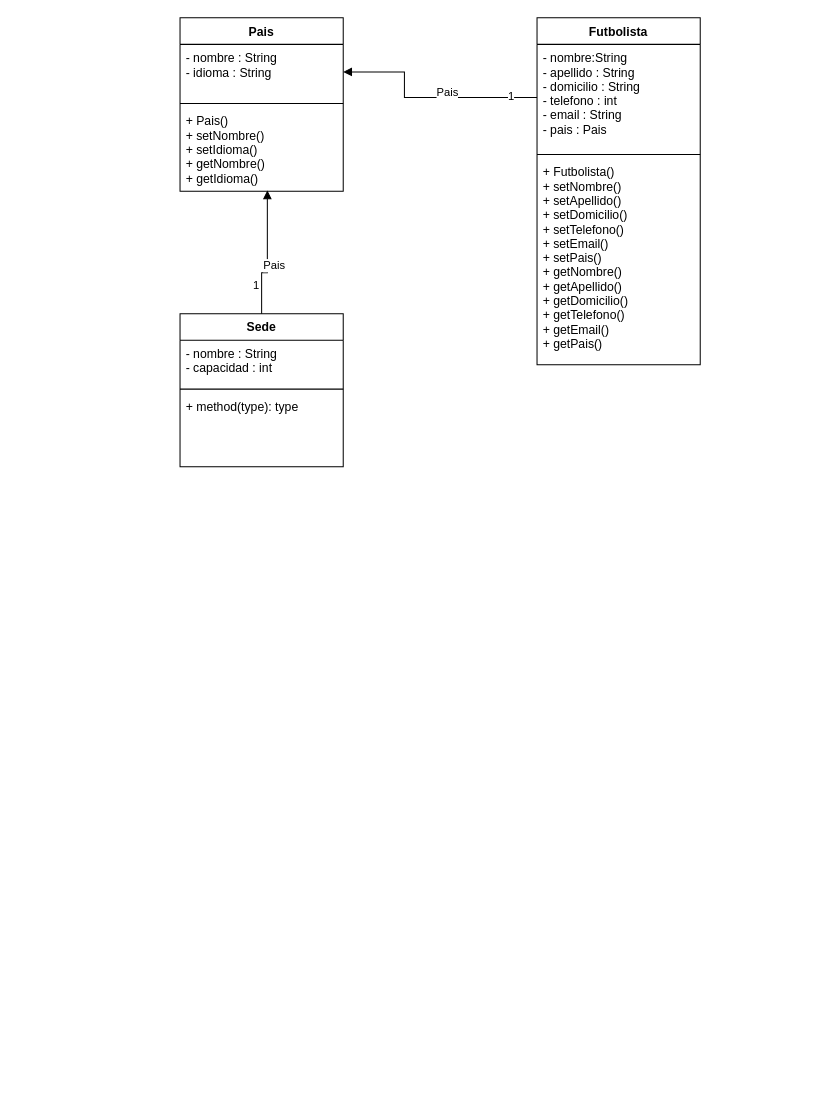
This is uml.drawio from sebastian-butcovich/Base-de-datos-tl2, a draw.io file, before an edit. Source tidied: cells renumbered, new cells numbered last; positions are measured from the earlier drawing's top-left corner, leaving out a move shared by most shapes. Both pictures are drawn from the tidied source at 102%, with x=0, y=0 at pixel (180, 17).
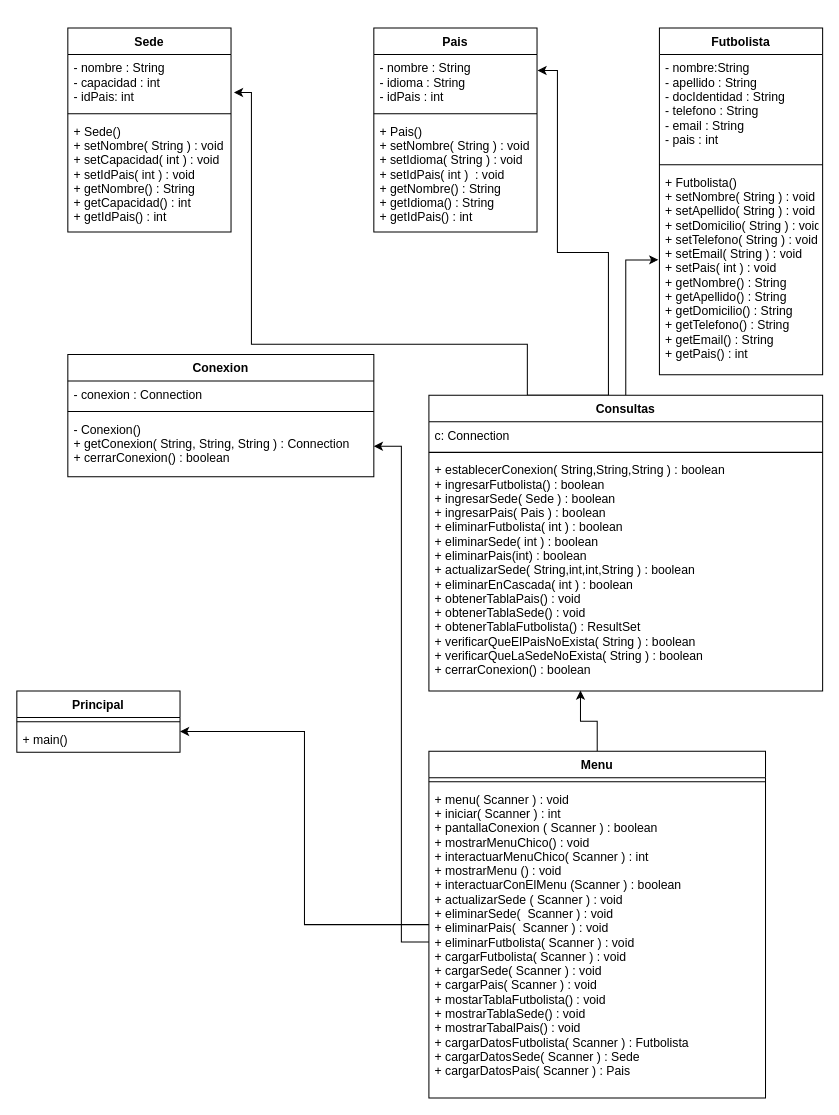
The same diagram, later.

Commit message (it also covers changes not shown here):
complete el uml

Change to the diagram source:
```diff
@@
     <mxCell id="2" value="Pais" style="swimlane;fontStyle=1;align=center;verticalAlign=top;horizontal=1;startSize=26;" parent="1" vertex="1">
-      <mxGeometry width="160" height="170" as="geometry" />
+      <mxGeometry x="190" y="10" width="160" height="200" as="geometry" />
     </mxCell>
-    <mxCell id="3" value="- nombre : String&#10;- idioma : String" style="text;strokeColor=none;fillColor=none;align=left;verticalAlign=top;spacingLeft=4;spacingRight=4;overflow=hidden;points=[[0,0.5],[1,0.5]];portConstraint=eastwest;" parent="2" vertex="1">
+    <mxCell id="3" value="- nombre : String&#10;- idioma : String&#10;- idPais : int" style="text;strokeColor=none;fillColor=none;align=left;verticalAlign=top;spacingLeft=4;spacingRight=4;overflow=hidden;points=[[0,0.5],[1,0.5]];portConstraint=eastwest;" parent="2" vertex="1">
       <mxGeometry y="26" width="160" height="54" as="geometry" />
     </mxCell>
@@
-    <mxCell id="5" value="+ Pais()&#10;+ setNombre()&#10;+ setIdioma()&#10;+ getNombre()&#10;+ getIdioma()" style="text;strokeColor=none;fillColor=none;align=left;verticalAlign=top;spacingLeft=4;spacingRight=4;overflow=hidden;points=[[0,0.5],[1,0.5]];portConstraint=eastwest;" parent="2" vertex="1">
-      <mxGeometry y="88" width="160" height="82" as="geometry" />
+    <mxCell id="5" value="+ Pais()&#10;+ setNombre( String ) : void&#10;+ setIdioma( String ) : void&#10;+ setIdPais( int )  : void&#10;+ getNombre() : String&#10;+ getIdioma() : String&#10;+ getIdPais() : int" style="text;strokeColor=none;fillColor=none;align=left;verticalAlign=top;spacingLeft=4;spacingRight=4;overflow=hidden;points=[[0,0.5],[1,0.5]];portConstraint=eastwest;" parent="2" vertex="1">
+      <mxGeometry y="88" width="160" height="112" as="geometry" />
     </mxCell>
     <mxCell id="6" value="Futbolista" style="swimlane;fontStyle=1;align=center;verticalAlign=top;horizontal=1;startSize=26;" parent="1" vertex="1">
-      <mxGeometry x="350" width="160" height="340" as="geometry" />
+      <mxGeometry x="470" y="10" width="160" height="340" as="geometry" />
     </mxCell>
-    <mxCell id="7" value="- nombre:String&#10;- apellido : String&#10;- domicilio : String&#10;- telefono : int&#10;- email : String&#10;- pais : Pais" style="text;strokeColor=none;fillColor=none;align=left;verticalAlign=top;spacingLeft=4;spacingRight=4;overflow=hidden;points=[[0,0.5],[1,0.5]];portConstraint=eastwest;" parent="6" vertex="1">
+    <mxCell id="7" value="- nombre:String&#10;- apellido : String&#10;- docIdentidad : String&#10;- telefono : String&#10;- email : String&#10;- pais : int" style="text;strokeColor=none;fillColor=none;align=left;verticalAlign=top;spacingLeft=4;spacingRight=4;overflow=hidden;points=[[0,0.5],[1,0.5]];portConstraint=eastwest;" parent="6" vertex="1">
       <mxGeometry y="26" width="160" height="104" as="geometry" />
     </mxCell>
@@
-    <mxCell id="9" value="+ Futbolista()&#10;+ setNombre()&#10;+ setApellido()&#10;+ setDomicilio()&#10;+ setTelefono()&#10;+ setEmail()&#10;+ setPais()&#10;+ getNombre()&#10;+ getApellido()&#10;+ getDomicilio()&#10;+ getTelefono()&#10;+ getEmail()&#10;+ getPais()" style="text;strokeColor=none;fillColor=none;align=left;verticalAlign=top;spacingLeft=4;spacingRight=4;overflow=hidden;points=[[0,0.5],[1,0.5]];portConstraint=eastwest;" parent="6" vertex="1">
+    <mxCell id="9" value="+ Futbolista()&#10;+ setNombre( String ) : void&#10;+ setApellido( String ) : void&#10;+ setDomicilio( String ) : void&#10;+ setTelefono( String ) : void&#10;+ setEmail( String ) : void&#10;+ setPais( int ) : void &#10;+ getNombre() : String&#10;+ getApellido() : String&#10;+ getDomicilio() : String&#10;+ getTelefono() : String&#10;+ getEmail() : String &#10;+ getPais() : int" style="text;strokeColor=none;fillColor=none;align=left;verticalAlign=top;spacingLeft=4;spacingRight=4;overflow=hidden;points=[[0,0.5],[1,0.5]];portConstraint=eastwest;" parent="6" vertex="1">
       <mxGeometry y="138" width="160" height="202" as="geometry" />
     </mxCell>
     <mxCell id="10" value="Sede" style="swimlane;fontStyle=1;align=center;verticalAlign=top;horizontal=1;startSize=26;" parent="1" vertex="1">
-      <mxGeometry y="290" width="160" height="150" as="geometry" />
+      <mxGeometry x="-110" y="10" width="160" height="200" as="geometry" />
     </mxCell>
-    <mxCell id="11" value="- nombre : String&#10;- capacidad : int&#10;" style="text;strokeColor=none;fillColor=none;align=left;verticalAlign=top;spacingLeft=4;spacingRight=4;overflow=hidden;points=[[0,0.5],[1,0.5]];portConstraint=eastwest;" parent="10" vertex="1">
-      <mxGeometry y="26" width="160" height="44" as="geometry" />
+    <mxCell id="11" value="- nombre : String&#10;- capacidad : int&#10;- idPais: int" style="text;strokeColor=none;fillColor=none;align=left;verticalAlign=top;spacingLeft=4;spacingRight=4;overflow=hidden;points=[[0,0.5],[1,0.5]];portConstraint=eastwest;" parent="10" vertex="1">
+      <mxGeometry y="26" width="160" height="54" as="geometry" />
     </mxCell>
     <mxCell id="12" style="line;strokeWidth=1;fillColor=none;align=left;verticalAlign=middle;spacingTop=-1;spacingLeft=3;spacingRight=3;labelPosition=right;strokeColor=inherit;" parent="10" vertex="1">
-      <mxGeometry y="70" width="160" height="8" as="geometry" />
+      <mxGeometry y="80" width="160" height="8" as="geometry" />
     </mxCell>
-    <mxCell id="13" value="+ method(type): type" style="text;strokeColor=none;fillColor=none;align=left;verticalAlign=top;spacingLeft=4;spacingRight=4;overflow=hidden;" parent="10" vertex="1">
-      <mxGeometry y="78" width="160" height="72" as="geometry" />
+    <mxCell id="13" value="+ Sede()&#10;+ setNombre( String ) : void&#10;+ setCapacidad( int ) : void&#10;+ setIdPais( int ) : void&#10;+ getNombre() : String&#10;+ getCapacidad() : int&#10;+ getIdPais() : int" style="text;strokeColor=none;fillColor=none;align=left;verticalAlign=top;spacingLeft=4;spacingRight=4;overflow=hidden;" parent="10" vertex="1">
+      <mxGeometry y="88" width="160" height="112" as="geometry" />
     </mxCell>
-    <mxCell id="14" value="Pais" style="endArrow=block;endFill=1;html=1;edgeStyle=orthogonalEdgeStyle;align=left;verticalAlign=top;rounded=0;exitX=0.5;exitY=0;exitDx=0;exitDy=0;entryX=0.535;entryY=0.99;entryDx=0;entryDy=0;entryPerimeter=0;" parent="1" edge="1" source="10" target="5">
-      <mxGeometry x="0.04" y="6" relative="1" as="geometry">
-        <Array as="points">
-          <mxPoint x="80" y="250" />
-          <mxPoint x="86" y="250" />
-        </Array>
-      </mxGeometry>
-    </mxCell>
-    <mxCell id="15" value="1" style="edgeLabel;html=1;align=left;verticalAlign=bottom;" parent="14" vertex="1">
-      <mxGeometry x="-1" relative="1" as="geometry">
-        <mxPoint x="-10" y="-20" as="offset" />
-      </mxGeometry>
-    </mxCell>
-    <mxCell id="16" value="Pais" style="endArrow=block;endFill=1;html=1;edgeStyle=orthogonalEdgeStyle;align=left;verticalAlign=top;rounded=0;exitX=0;exitY=0.5;exitDx=0;exitDy=0;entryX=1;entryY=0.5;entryDx=0;entryDy=0;" parent="1" edge="1" source="7" target="3">
-      <mxGeometry x="-0.07" y="-18" relative="1" as="geometry">
-        <Array as="points">
-          <mxPoint x="220" y="78" />
-          <mxPoint x="220" y="53" />
-        </Array>
-      </mxGeometry>
-    </mxCell>
-    <mxCell id="17" value="1" style="edgeLabel;html=1;align=left;verticalAlign=bottom;" parent="16" vertex="1">
-      <mxGeometry x="-1" relative="1" as="geometry">
-        <mxPoint x="-30" y="7" as="offset" />
-      </mxGeometry>
-    </mxCell>
+    <mxCell id="18" value="Conexion" style="swimlane;fontStyle=1;align=center;verticalAlign=top;horizontal=1;startSize=26;" parent="1" vertex="1">
+      <mxGeometry x="-110" y="330" width="300" height="120" as="geometry" />
+    </mxCell>
+    <mxCell id="19" value="- conexion : Connection" style="text;strokeColor=none;fillColor=none;align=left;verticalAlign=top;spacingLeft=4;spacingRight=4;overflow=hidden;" parent="18" vertex="1">
+      <mxGeometry y="26" width="300" height="26" as="geometry" />
+    </mxCell>
+    <mxCell id="20" style="line;strokeWidth=1;fillColor=none;align=left;verticalAlign=middle;spacingTop=-1;spacingLeft=3;spacingRight=3;labelPosition=right;strokeColor=inherit;" parent="18" vertex="1">
+      <mxGeometry y="52" width="300" height="8" as="geometry" />
+    </mxCell>
+    <mxCell id="21" value="- Conexion()&#10;+ getConexion( String, String, String ) : Connection&#10;+ cerrarConexion() : boolean&#10;" style="text;strokeColor=none;fillColor=none;align=left;verticalAlign=top;spacingLeft=4;spacingRight=4;overflow=hidden;points=[[0,0.5],[1,0.5]];portConstraint=eastwest;" parent="18" vertex="1">
+      <mxGeometry y="60" width="300" height="60" as="geometry" />
+    </mxCell>
+    <mxCell id="22" style="edgeStyle=orthogonalEdgeStyle;rounded=0;jettySize=auto;html=1;exitX=0.5;exitY=0;exitDx=0;exitDy=0;entryX=-0.007;entryY=0.442;entryDx=0;entryDy=0;entryPerimeter=0;" parent="1" edge="1" source="25" target="9">
+      <mxGeometry relative="1" as="geometry" />
+    </mxCell>
+    <mxCell id="23" style="edgeStyle=orthogonalEdgeStyle;rounded=0;jettySize=auto;html=1;exitX=0.25;exitY=0;exitDx=0;exitDy=0;entryX=1.003;entryY=0.289;entryDx=0;entryDy=0;entryPerimeter=0;" parent="1" edge="1" source="25" target="3">
+      <mxGeometry relative="1" as="geometry">
+        <Array as="points">
+          <mxPoint x="420" y="370" />
+          <mxPoint x="420" y="230" />
+          <mxPoint x="370" y="230" />
+          <mxPoint x="370" y="52" />
+        </Array>
+      </mxGeometry>
+    </mxCell>
+    <mxCell id="24" style="edgeStyle=orthogonalEdgeStyle;rounded=0;jettySize=auto;html=1;entryX=1.018;entryY=0.689;entryDx=0;entryDy=0;entryPerimeter=0;exitX=0.25;exitY=0;exitDx=0;exitDy=0;" parent="1" edge="1" source="25" target="11">
+      <mxGeometry relative="1" as="geometry">
+        <Array as="points">
+          <mxPoint x="341" y="320" />
+          <mxPoint x="70" y="320" />
+          <mxPoint x="70" y="73" />
+        </Array>
+      </mxGeometry>
+    </mxCell>
+    <mxCell id="25" value="Consultas" style="swimlane;fontStyle=1;align=center;verticalAlign=top;horizontal=1;startSize=26;" parent="1" vertex="1">
+      <mxGeometry x="244" y="370" width="386" height="290" as="geometry" />
+    </mxCell>
+    <mxCell id="26" value="c: Connection" style="text;strokeColor=none;fillColor=none;align=left;verticalAlign=top;spacingLeft=4;spacingRight=4;overflow=hidden;" parent="25" vertex="1">
+      <mxGeometry y="26" width="386" height="26" as="geometry" />
+    </mxCell>
+    <mxCell id="27" style="line;strokeWidth=1;fillColor=none;align=left;verticalAlign=middle;spacingTop=-1;spacingLeft=3;spacingRight=3;labelPosition=right;strokeColor=inherit;" parent="25" vertex="1">
+      <mxGeometry y="52" width="386" height="8" as="geometry" />
+    </mxCell>
+    <mxCell id="28" value="+ establecerConexion( String,String,String ) : boolean&#10;+ ingresarFutbolista() : boolean&#10;+ ingresarSede( Sede ) : boolean&#10;+ ingresarPais( Pais ) : boolean&#10;+ eliminarFutbolista( int ) : boolean&#10;+ eliminarSede( int ) : boolean&#10;+ eliminarPais(int) : boolean&#10;+ actualizarSede( String,int,int,String ) : boolean&#10;+ eliminarEnCascada( int ) : boolean &#10;+ obtenerTablaPais() : void&#10;+ obtenerTablaSede() : void&#10;+ obtenerTablaFutbolista() : ResultSet&#10;+ verificarQueElPaisNoExista( String ) : boolean&#10;+ verificarQueLaSedeNoExista( String ) : boolean&#10;+ cerrarConexion() : boolean" style="text;strokeColor=none;fillColor=none;align=left;verticalAlign=top;spacingLeft=4;spacingRight=4;overflow=hidden;points=[[0,0.5],[1,0.5]];portConstraint=eastwest;" parent="25" vertex="1">
+      <mxGeometry y="60" width="386" height="230" as="geometry" />
+    </mxCell>
+    <mxCell id="29" value="Principal" style="swimlane;fontStyle=1;align=center;verticalAlign=top;horizontal=1;startSize=26;" parent="1" vertex="1">
+      <mxGeometry x="-160" y="660" width="160" height="60" as="geometry" />
+    </mxCell>
+    <mxCell id="30" style="line;strokeWidth=1;fillColor=none;align=left;verticalAlign=middle;spacingTop=-1;spacingLeft=3;spacingRight=3;labelPosition=right;strokeColor=inherit;" parent="29" vertex="1">
+      <mxGeometry y="26" width="160" height="8" as="geometry" />
+    </mxCell>
+    <mxCell id="31" value="+ main()" style="text;strokeColor=none;fillColor=none;align=left;verticalAlign=top;spacingLeft=4;spacingRight=4;overflow=hidden;points=[[0,0.5],[1,0.5]];portConstraint=eastwest;" parent="29" vertex="1">
+      <mxGeometry y="34" width="160" height="26" as="geometry" />
+    </mxCell>
+    <mxCell id="32" style="edgeStyle=orthogonalEdgeStyle;rounded=0;jettySize=auto;html=1;entryX=1;entryY=0.215;entryDx=0;entryDy=0;entryPerimeter=0;" parent="1" edge="1" source="34" target="31">
+      <mxGeometry relative="1" as="geometry" />
+    </mxCell>
+    <mxCell id="33" style="edgeStyle=orthogonalEdgeStyle;rounded=0;jettySize=auto;html=1;entryX=0.385;entryY=0.998;entryDx=0;entryDy=0;entryPerimeter=0;" parent="1" edge="1" source="34" target="28">
+      <mxGeometry relative="1" as="geometry" />
+    </mxCell>
+    <mxCell id="34" value="Menu" style="swimlane;fontStyle=1;align=center;verticalAlign=top;horizontal=1;startSize=26;" parent="1" vertex="1">
+      <mxGeometry x="244" y="719" width="330" height="340" as="geometry" />
+    </mxCell>
+    <mxCell id="35" style="line;strokeWidth=1;fillColor=none;align=left;verticalAlign=middle;spacingTop=-1;spacingLeft=3;spacingRight=3;labelPosition=right;strokeColor=inherit;" parent="34" vertex="1">
+      <mxGeometry y="26" width="330" height="8" as="geometry" />
+    </mxCell>
+    <mxCell id="36" value="+ menu( Scanner ) : void&#10;+ iniciar( Scanner ) : int&#10;+ pantallaConexion ( Scanner ) : boolean &#10;+ mostrarMenuChico() : void &#10;+ interactuarMenuChico( Scanner ) : int&#10;+ mostrarMenu () : void&#10;+ interactuarConElMenu (Scanner ) : boolean&#10;+ actualizarSede ( Scanner ) : void&#10;+ eliminarSede(  Scanner ) : void&#10;+ eliminarPais(  Scanner ) : void&#10;+ eliminarFutbolista( Scanner ) : void&#10;+ cargarFutbolista( Scanner ) : void&#10;+ cargarSede( Scanner ) : void&#10;+ cargarPais( Scanner ) : void&#10;+ mostarTablaFutbolista() : void&#10;+ mostrarTablaSede() : void&#10;+ mostrarTabalPais() : void&#10;+ cargarDatosFutbolista( Scanner ) : Futbolista&#10;+ cargarDatosSede( Scanner ) : Sede&#10;+ cargarDatosPais( Scanner ) : Pais" style="text;strokeColor=none;fillColor=none;align=left;verticalAlign=top;spacingLeft=4;spacingRight=4;overflow=hidden;points=[[0,0.5],[1,0.5]];portConstraint=eastwest;" parent="34" vertex="1">
+      <mxGeometry y="34" width="330" height="306" as="geometry" />
+    </mxCell>
+    <mxCell id="37" style="edgeStyle=orthogonalEdgeStyle;rounded=0;jettySize=auto;html=1;exitX=0;exitY=0.5;exitDx=0;exitDy=0;entryX=1;entryY=0.5;entryDx=0;entryDy=0;" parent="1" edge="1" source="36" target="21">
+      <mxGeometry relative="1" as="geometry" />
+    </mxCell>
```
